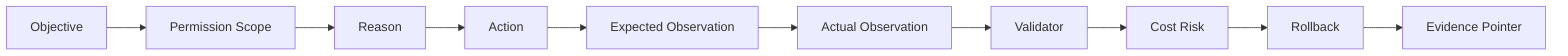
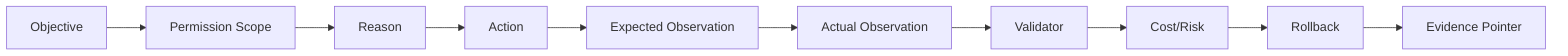
flowchart LR
  N0["Objective"] --> N1["Permission Scope"]
  N1["Permission Scope"] --> N2["Reason"]
  N2["Reason"] --> N3["Action"]
  N3["Action"] --> N4["Expected Observation"]
  N4["Expected Observation"] --> N5["Actual Observation"]
  N5["Actual Observation"] --> N6["Validator"]
-   N6["Validator"] --> N7["Cost Risk"]
-   N7["Cost Risk"] --> N8["Rollback"]
+   N6["Validator"] --> N7["Cost/Risk"]
+   N7["Cost/Risk"] --> N8["Rollback"]
  N8["Rollback"] --> N9["Evidence Pointer"]
